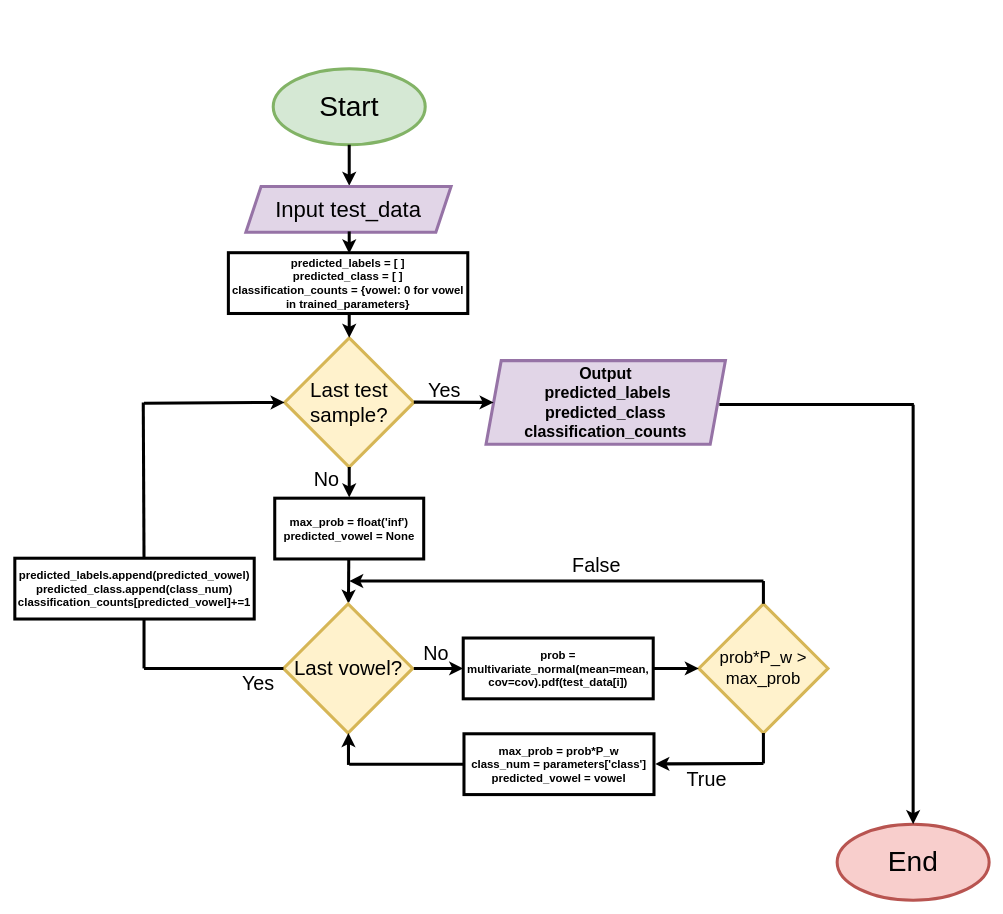
This is Rapport mappe/Vowels_flowchart.drawio from KristianHaaland/Estimering-Prosjekt, a draw.io file, before an edit. Source tidied: cells renumbered, new cells numbered last; positions are measured from the earlier drawing's top-left corner, leaving out a move shared by most shapes. Both pictures are drawn from the tidied source at 76%, with x=0, y=0 at pixel (14, 68).
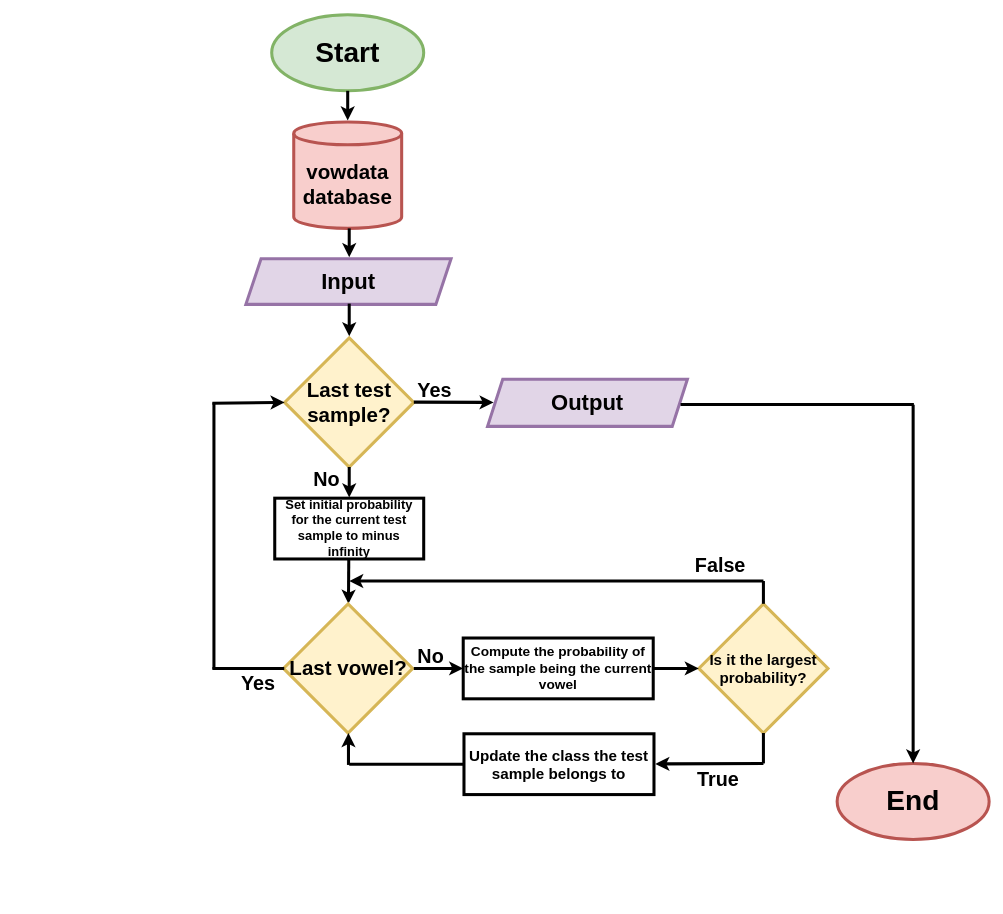
The same page after the edit.

Change to the diagram source:
```diff
@@
-    <mxCell id="2" value="&lt;font style=&quot;font-size: 37px;&quot;&gt;Start&lt;/font&gt;" style="ellipse;whiteSpace=wrap;html=1;fillColor=#d5e8d4;strokeColor=#82b366;strokeWidth=4;" parent="1" vertex="1">
-      <mxGeometry x="340" width="200" height="100" as="geometry" />
+    <mxCell id="2" value="&lt;font style=&quot;font-size: 37px;&quot;&gt;Start&lt;/font&gt;" style="ellipse;whiteSpace=wrap;html=1;fillColor=#d5e8d4;strokeColor=#82b366;strokeWidth=4;fontStyle=1;" parent="1" vertex="1">
+      <mxGeometry x="338" y="-71" width="200" height="100" as="geometry" />
     </mxCell>
-    <mxCell id="3" style="endArrow=classic;html=1;rounded=0;strokeWidth=4;exitX=0.5;exitY=1;exitDx=0;exitDy=0;" parent="1" edge="1" source="2">
+    <mxCell id="3" style="endArrow=classic;html=1;rounded=0;strokeWidth=4;exitX=0.5;exitY=1;exitDx=0;exitDy=0;fontStyle=1;" parent="1" edge="1" source="2">
       <mxGeometry relative="1" as="geometry">
-        <mxPoint x="440" y="154" as="targetPoint" />
+        <mxPoint x="438" y="68" as="targetPoint" />
       </mxGeometry>
     </mxCell>
-    <mxCell id="4" value="&lt;font style=&quot;font-size: 27px;&quot;&gt;Last test sample?&lt;/font&gt;" style="rhombus;whiteSpace=wrap;html=1;fillColor=#fff2cc;strokeColor=#d6b656;strokeWidth=4;" parent="1" vertex="1">
+    <mxCell id="4" value="&lt;font style=&quot;font-size: 27px;&quot;&gt;Last test sample?&lt;/font&gt;" style="rhombus;whiteSpace=wrap;html=1;fillColor=#fff2cc;strokeColor=#d6b656;strokeWidth=4;fontStyle=1;" parent="1" vertex="1">
       <mxGeometry x="355" y="354" width="170" height="170" as="geometry" />
     </mxCell>
-    <mxCell id="5" value="&lt;font style=&quot;font-size: 37px;&quot;&gt;End&lt;/font&gt;" style="ellipse;whiteSpace=wrap;html=1;fillColor=#f8cecc;strokeColor=#b85450;strokeWidth=4;" parent="1" vertex="1">
-      <mxGeometry x="1082" y="994" width="200" height="100" as="geometry" />
+    <mxCell id="5" value="&lt;font style=&quot;font-size: 37px;&quot;&gt;End&lt;/font&gt;" style="ellipse;whiteSpace=wrap;html=1;fillColor=#f8cecc;strokeColor=#b85450;strokeWidth=4;fontStyle=1;" parent="1" vertex="1">
+      <mxGeometry x="1082" y="914" width="200" height="100" as="geometry" />
     </mxCell>
-    <mxCell id="6" style="endArrow=classic;html=1;rounded=0;exitX=0.5;exitY=1;exitDx=0;exitDy=0;strokeWidth=4;" parent="1" edge="1">
+    <mxCell id="6" style="endArrow=classic;html=1;rounded=0;exitX=0.5;exitY=1;exitDx=0;exitDy=0;strokeWidth=4;fontStyle=1;" parent="1" edge="1">
       <mxGeometry relative="1" as="geometry">
         <mxPoint x="439.4" y="646" as="sourcePoint" />
         <mxPoint x="439" y="704" as="targetPoint" />
       </mxGeometry>
     </mxCell>
-    <mxCell id="7" value="&lt;font style=&quot;font-size: 26px;&quot;&gt;No&lt;/font&gt;" style="text;html=1;align=center;verticalAlign=middle;strokeColor=none;fillColor=none;strokeWidth=4;" parent="1" vertex="1">
+    <mxCell id="7" value="&lt;font style=&quot;font-size: 26px;&quot;&gt;No&lt;/font&gt;" style="text;html=1;align=center;verticalAlign=middle;strokeColor=none;fillColor=none;strokeWidth=4;fontStyle=1;" parent="1" vertex="1">
       <mxGeometry x="380" y="520" width="60" height="40" as="geometry" />
     </mxCell>
-    <mxCell id="8" value="&lt;font style=&quot;font-size: 27px;&quot;&gt;Last vowel?&lt;/font&gt;" style="rhombus;whiteSpace=wrap;html=1;fillColor=#fff2cc;strokeColor=#d6b656;strokeWidth=4;" parent="1" vertex="1">
+    <mxCell id="8" value="&lt;font style=&quot;font-size: 27px;&quot;&gt;Last vowel?&lt;/font&gt;" style="rhombus;whiteSpace=wrap;html=1;fillColor=#fff2cc;strokeColor=#d6b656;strokeWidth=4;fontStyle=1;" parent="1" vertex="1">
       <mxGeometry x="353.5" y="704" width="170" height="170" as="geometry" />
     </mxCell>
-    <mxCell id="9" style="endArrow=classic;html=1;rounded=0;exitX=1;exitY=0.5;exitDx=0;exitDy=0;strokeWidth=4;" parent="1" edge="1">
+    <mxCell id="9" style="endArrow=classic;html=1;rounded=0;exitX=1;exitY=0.5;exitDx=0;exitDy=0;strokeWidth=4;fontStyle=1;" parent="1" edge="1">
       <mxGeometry relative="1" as="geometry">
         <mxPoint x="525" y="789" as="sourcePoint" />
         <mxPoint x="590" y="789" as="targetPoint" />
       </mxGeometry>
     </mxCell>
-    <mxCell id="10" value="&lt;font style=&quot;font-size: 26px;&quot;&gt;No&lt;/font&gt;" style="text;html=1;align=center;verticalAlign=middle;strokeColor=none;fillColor=none;strokeWidth=4;" parent="1" vertex="1">
-      <mxGeometry x="523.5" y="749" width="60" height="40" as="geometry" />
+    <mxCell id="10" value="&lt;font style=&quot;font-size: 26px;&quot;&gt;No&lt;/font&gt;" style="text;html=1;align=center;verticalAlign=middle;strokeColor=none;fillColor=none;strokeWidth=4;fontStyle=1;" parent="1" vertex="1">
+      <mxGeometry x="516.5" y="753" width="60" height="40" as="geometry" />
     </mxCell>
-    <mxCell id="11" style="endArrow=classic;html=1;rounded=0;entryX=0;entryY=0.5;entryDx=0;entryDy=0;strokeWidth=4;" parent="1" edge="1" target="4">
+    <mxCell id="11" style="endArrow=classic;html=1;rounded=0;entryX=0;entryY=0.5;entryDx=0;entryDy=0;strokeWidth=4;fontStyle=1;" parent="1" edge="1" target="4">
       <mxGeometry relative="1" as="geometry">
-        <mxPoint x="170" y="440" as="sourcePoint" />
+        <mxPoint x="260" y="440" as="sourcePoint" />
       </mxGeometry>
     </mxCell>
-    <mxCell id="12" style="endArrow=none;html=1;rounded=0;strokeWidth=4;" parent="1" edge="1">
-      <mxGeometry relative="1" as="geometry">
-        <mxPoint x="170" y="789" as="sourcePoint" />
-        <mxPoint x="170" y="718" as="targetPoint" />
-      </mxGeometry>
-    </mxCell>
-    <mxCell id="13" style="endArrow=none;html=1;rounded=0;entryX=0;entryY=0.5;entryDx=0;entryDy=0;strokeWidth=4;" parent="1" edge="1" target="8">
+    <mxCell id="13" style="endArrow=none;html=1;rounded=0;entryX=0;entryY=0.5;entryDx=0;entryDy=0;strokeWidth=4;fontStyle=1;" parent="1" edge="1">
       <mxGeometry relative="1" as="geometry">
-        <mxPoint x="170" y="789" as="sourcePoint" />
+        <mxPoint x="260" y="789" as="sourcePoint" />
+        <mxPoint x="354.5" y="789" as="targetPoint" />
       </mxGeometry>
     </mxCell>
-    <mxCell id="14" value="&lt;font style=&quot;font-size: 26px;&quot;&gt;Yes&lt;/font&gt;" style="text;html=1;align=center;verticalAlign=middle;strokeColor=none;fillColor=none;strokeWidth=4;" parent="1" vertex="1">
+    <mxCell id="14" value="&lt;font style=&quot;font-size: 26px;&quot;&gt;Yes&lt;/font&gt;" style="text;html=1;align=center;verticalAlign=middle;strokeColor=none;fillColor=none;strokeWidth=4;fontStyle=1;" parent="1" vertex="1">
       <mxGeometry x="285" y="789" width="70" height="40" as="geometry" />
     </mxCell>
-    <mxCell id="15" value="&lt;b&gt;&lt;font style=&quot;font-size: 15px;&quot;&gt;prob = multivariate_normal(mean=mean, cov=cov).pdf(test_data[i])&lt;/font&gt;&lt;/b&gt;" style="rounded=0;whiteSpace=wrap;html=1;strokeWidth=4;" parent="1" vertex="1">
+    <mxCell id="15" value="&lt;span style=&quot;font-size: 18px;&quot;&gt;&lt;font style=&quot;font-size: 18px;&quot;&gt;Compute the probability of the sample being the current vowel&lt;/font&gt;&lt;/span&gt;" style="rounded=0;whiteSpace=wrap;html=1;strokeWidth=4;fontSize=18;fontStyle=1;" parent="1" vertex="1">
       <mxGeometry x="590" y="749" width="250" height="80" as="geometry" />
     </mxCell>
-    <mxCell id="16" value="&lt;font style=&quot;font-size: 22px;&quot;&gt;prob*P_w &amp;gt; max_prob&lt;/font&gt;" style="rhombus;whiteSpace=wrap;html=1;fillColor=#fff2cc;strokeColor=#d6b656;strokeWidth=4;" parent="1" vertex="1">
+    <mxCell id="16" value="&lt;font style=&quot;font-size: 20px;&quot;&gt;Is it the largest probability?&lt;/font&gt;" style="rhombus;whiteSpace=wrap;html=1;fillColor=#fff2cc;strokeColor=#d6b656;strokeWidth=4;fontSize=20;fontStyle=1;" parent="1" vertex="1">
       <mxGeometry x="900" y="704" width="170" height="170" as="geometry" />
     </mxCell>
-    <mxCell id="17" style="endArrow=classic;html=1;rounded=0;exitX=1;exitY=0.5;exitDx=0;exitDy=0;strokeWidth=4;" parent="1" edge="1">
+    <mxCell id="17" style="endArrow=classic;html=1;rounded=0;exitX=1;exitY=0.5;exitDx=0;exitDy=0;strokeWidth=4;fontStyle=1;" parent="1" edge="1">
       <mxGeometry relative="1" as="geometry">
         <mxPoint x="840" y="789" as="sourcePoint" />
         <mxPoint x="900" y="789" as="targetPoint" />
       </mxGeometry>
     </mxCell>
-    <mxCell id="18" style="endArrow=classic;html=1;rounded=0;strokeWidth=4;" parent="1" edge="1">
+    <mxCell id="18" style="endArrow=classic;html=1;rounded=0;strokeWidth=4;fontStyle=1;" parent="1" edge="1">
       <mxGeometry relative="1" as="geometry">
         <mxPoint x="985" y="674" as="sourcePoint" />
         <mxPoint x="440" y="674" as="targetPoint" />
       </mxGeometry>
     </mxCell>
-    <mxCell id="19" style="endArrow=none;html=1;rounded=0;entryX=0.5;entryY=0;entryDx=0;entryDy=0;strokeWidth=4;" parent="1" edge="1" target="16">
+    <mxCell id="19" style="endArrow=none;html=1;rounded=0;entryX=0.5;entryY=0;entryDx=0;entryDy=0;strokeWidth=4;fontStyle=1;" parent="1" edge="1" target="16">
       <mxGeometry relative="1" as="geometry">
         <mxPoint x="985" y="674" as="sourcePoint" />
       </mxGeometry>
     </mxCell>
-    <mxCell id="20" value="&lt;font style=&quot;font-size: 26px;&quot;&gt;False&lt;/font&gt;" style="text;html=1;align=center;verticalAlign=middle;strokeColor=none;fillColor=none;strokeWidth=4;" parent="1" vertex="1">
-      <mxGeometry x="720" y="634" width="90" height="40" as="geometry" />
+    <mxCell id="20" value="&lt;font style=&quot;font-size: 26px;&quot;&gt;False&lt;/font&gt;" style="text;html=1;align=center;verticalAlign=middle;strokeColor=none;fillColor=none;strokeWidth=4;fontStyle=1;" parent="1" vertex="1">
+      <mxGeometry x="883" y="634" width="90" height="40" as="geometry" />
     </mxCell>
-    <mxCell id="21" value="&lt;b&gt;&lt;font style=&quot;font-size: 15px;&quot;&gt;max_prob = prob*P_w&lt;/font&gt;&lt;/b&gt;&lt;div&gt;&lt;b&gt;&lt;font style=&quot;font-size: 15px;&quot;&gt;class_num = parameters['class']&lt;/font&gt;&lt;/b&gt;&lt;/div&gt;&lt;div&gt;&lt;b&gt;&lt;font style=&quot;font-size: 15px;&quot;&gt;predicted_vowel = vowel&lt;/font&gt;&lt;/b&gt;&lt;/div&gt;" style="rounded=0;whiteSpace=wrap;html=1;strokeWidth=4;" parent="1" vertex="1">
+    <mxCell id="21" value="&lt;span style=&quot;font-size: 20px;&quot;&gt;&lt;span style=&quot;font-size: 20px;&quot;&gt;Update the class the test sample belongs to&lt;/span&gt;&lt;/span&gt;" style="rounded=0;whiteSpace=wrap;html=1;strokeWidth=4;fontSize=20;fontStyle=1;" parent="1" vertex="1">
       <mxGeometry x="591" y="875" width="250" height="80" as="geometry" />
     </mxCell>
-    <mxCell id="22" style="endArrow=classic;html=1;rounded=0;entryX=1.007;entryY=0.496;entryDx=0;entryDy=0;strokeWidth=4;entryPerimeter=0;" parent="1" edge="1" target="21">
+    <mxCell id="22" style="endArrow=classic;html=1;rounded=0;entryX=1.007;entryY=0.496;entryDx=0;entryDy=0;strokeWidth=4;entryPerimeter=0;fontStyle=1;" parent="1" edge="1" target="21">
       <mxGeometry relative="1" as="geometry">
         <mxPoint x="985" y="914" as="sourcePoint" />
       </mxGeometry>
     </mxCell>
-    <mxCell id="23" style="endArrow=none;html=1;rounded=0;entryX=0.5;entryY=1;entryDx=0;entryDy=0;strokeWidth=4;" parent="1" edge="1" target="16">
+    <mxCell id="23" style="endArrow=none;html=1;rounded=0;entryX=0.5;entryY=1;entryDx=0;entryDy=0;strokeWidth=4;fontStyle=1;" parent="1" edge="1" target="16">
       <mxGeometry relative="1" as="geometry">
         <mxPoint x="985" y="914" as="sourcePoint" />
       </mxGeometry>
     </mxCell>
-    <mxCell id="24" style="endArrow=classic;html=1;rounded=0;strokeWidth=4;" parent="1" edge="1">
+    <mxCell id="24" style="endArrow=classic;html=1;rounded=0;strokeWidth=4;fontStyle=1;" parent="1" edge="1">
       <mxGeometry relative="1" as="geometry">
         <mxPoint x="439" y="916" as="sourcePoint" />
         <mxPoint x="439" y="874" as="targetPoint" />
       </mxGeometry>
     </mxCell>
-    <mxCell id="25" style="endArrow=none;html=1;rounded=0;entryX=0;entryY=0.5;entryDx=0;entryDy=0;strokeWidth=4;" parent="1" edge="1" target="21">
+    <mxCell id="25" style="endArrow=none;html=1;rounded=0;entryX=0;entryY=0.5;entryDx=0;entryDy=0;strokeWidth=4;fontStyle=1;" parent="1" edge="1" target="21">
       <mxGeometry relative="1" as="geometry">
         <mxPoint x="440" y="915" as="sourcePoint" />
       </mxGeometry>
     </mxCell>
-    <mxCell id="26" style="endArrow=classic;html=1;rounded=0;strokeWidth=4;entryX=0.5;entryY=0;entryDx=0;entryDy=0;" parent="1" edge="1" target="5">
+    <mxCell id="26" style="endArrow=classic;html=1;rounded=0;strokeWidth=4;entryX=0.5;entryY=0;entryDx=0;entryDy=0;fontStyle=1;" parent="1" edge="1" target="5">
       <mxGeometry relative="1" as="geometry">
         <mxPoint x="1182" y="442" as="sourcePoint" />
       </mxGeometry>
     </mxCell>
-    <mxCell id="27" value="&lt;font style=&quot;font-size: 26px;&quot;&gt;Yes&lt;/font&gt;" style="text;html=1;align=center;verticalAlign=middle;strokeColor=none;fillColor=none;strokeWidth=4;" parent="1" vertex="1">
-      <mxGeometry x="530" y="404" width="70" height="40" as="geometry" />
+    <mxCell id="27" value="&lt;font style=&quot;font-size: 26px;&quot;&gt;Yes&lt;/font&gt;" style="text;html=1;align=center;verticalAlign=middle;strokeColor=none;fillColor=none;strokeWidth=4;fontStyle=1;" parent="1" vertex="1">
+      <mxGeometry x="517" y="404" width="70" height="40" as="geometry" />
     </mxCell>
-    <mxCell id="28" value="&lt;font style=&quot;font-size: 26px;&quot;&gt;True&lt;/font&gt;" style="text;html=1;align=center;verticalAlign=middle;strokeColor=none;fillColor=none;strokeWidth=4;" parent="1" vertex="1">
-      <mxGeometry x="870" y="915" width="80" height="40" as="geometry" />
+    <mxCell id="28" value="&lt;font style=&quot;font-size: 26px;&quot;&gt;True&lt;/font&gt;" style="text;html=1;align=center;verticalAlign=middle;strokeColor=none;fillColor=none;strokeWidth=4;fontStyle=1;" parent="1" vertex="1">
+      <mxGeometry x="885" y="915" width="80" height="40" as="geometry" />
     </mxCell>
-    <mxCell id="29" value="&lt;span style=&quot;font-size: 15px;&quot;&gt;&lt;b&gt;predicted_labels.append(predicted_vowel)&lt;/b&gt;&lt;/span&gt;&lt;div&gt;&lt;span style=&quot;font-size: 15px;&quot;&gt;&lt;b&gt;predicted_class.append(class_num)&lt;/b&gt;&lt;/span&gt;&lt;/div&gt;&lt;div&gt;&lt;span style=&quot;font-size: 15px;&quot;&gt;&lt;b&gt;classification_counts[predicted_vowel]+=1&lt;/b&gt;&lt;/span&gt;&lt;/div&gt;" style="rounded=0;whiteSpace=wrap;html=1;strokeWidth=4;" parent="1" vertex="1">
-      <mxGeometry y="644" width="315" height="80" as="geometry" />
-    </mxCell>
-    <mxCell id="30" style="endArrow=none;html=1;rounded=0;strokeWidth=4;" parent="1" edge="1">
+    <mxCell id="30" style="endArrow=none;html=1;rounded=0;strokeWidth=4;fontStyle=1;" parent="1" edge="1">
       <mxGeometry relative="1" as="geometry">
-        <mxPoint x="170" y="644" as="sourcePoint" />
-        <mxPoint x="169" y="439" as="targetPoint" />
+        <mxPoint x="262" y="790" as="sourcePoint" />
+        <mxPoint x="262" y="439" as="targetPoint" />
       </mxGeometry>
     </mxCell>
-    <mxCell id="31" value="&lt;span style=&quot;font-size: 15px;&quot;&gt;&lt;b&gt;predicted_labels = [ ]&lt;/b&gt;&lt;/span&gt;&lt;div&gt;&lt;span style=&quot;font-size: 15px;&quot;&gt;&lt;b&gt;predicted_class = [ ]&lt;/b&gt;&lt;/span&gt;&lt;/div&gt;&lt;div&gt;&lt;span style=&quot;font-size: 15px;&quot;&gt;&lt;b&gt;classification_counts = {vowel: 0 for vowel in trained_parameters}&lt;/b&gt;&lt;/span&gt;&lt;/div&gt;" style="rounded=0;whiteSpace=wrap;html=1;strokeWidth=4;" parent="1" vertex="1">
-      <mxGeometry x="281" y="242" width="315" height="80" as="geometry" />
-    </mxCell>
-    <mxCell id="32" style="endArrow=classic;html=1;rounded=0;exitX=0.5;exitY=1;exitDx=0;exitDy=0;strokeWidth=4;entryX=0.5;entryY=0;entryDx=0;entryDy=0;" parent="1" edge="1" target="4">
-      <mxGeometry relative="1" as="geometry">
-        <mxPoint x="440" y="322" as="sourcePoint" />
-      </mxGeometry>
-    </mxCell>
-    <mxCell id="33" value="&lt;span style=&quot;font-size: 15px;&quot;&gt;&lt;b&gt;max_prob = float('inf')&lt;/b&gt;&lt;/span&gt;&lt;div&gt;&lt;span style=&quot;font-size: 15px;&quot;&gt;&lt;b&gt;predicted_vowel = None&lt;/b&gt;&lt;/span&gt;&lt;/div&gt;" style="rounded=0;whiteSpace=wrap;html=1;strokeWidth=4;" parent="1" vertex="1">
+    <mxCell id="33" value="Set initial probability for the current test sample to minus infinity" style="rounded=0;whiteSpace=wrap;html=1;strokeWidth=4;fontSize=17;fontStyle=1;" parent="1" vertex="1">
       <mxGeometry x="342" y="565" width="196" height="80" as="geometry" />
     </mxCell>
-    <mxCell id="34" style="endArrow=classic;html=1;rounded=0;exitX=0.5;exitY=1;exitDx=0;exitDy=0;strokeWidth=4;" parent="1" edge="1">
+    <mxCell id="34" style="endArrow=classic;html=1;rounded=0;exitX=0.5;exitY=1;exitDx=0;exitDy=0;strokeWidth=4;fontStyle=1;" parent="1" edge="1">
       <mxGeometry relative="1" as="geometry">
         <mxPoint x="440" y="524" as="sourcePoint" />
         <mxPoint x="440" y="564" as="targetPoint" />
       </mxGeometry>
     </mxCell>
-    <mxCell id="35" value="&lt;font style=&quot;font-size: 29px;&quot;&gt;Input test_data&lt;/font&gt;" style="shape=parallelogram;perimeter=parallelogramPerimeter;whiteSpace=wrap;html=1;fixedSize=1;strokeWidth=4;fillColor=#e1d5e7;strokeColor=#9673a6;" parent="1" vertex="1">
-      <mxGeometry x="304" y="155" width="270" height="60" as="geometry" />
+    <mxCell id="35" value="&lt;font style=&quot;font-size: 29px;&quot;&gt;Input&lt;/font&gt;" style="shape=parallelogram;perimeter=parallelogramPerimeter;whiteSpace=wrap;html=1;fixedSize=1;strokeWidth=4;fillColor=#e1d5e7;strokeColor=#9673a6;fontStyle=1;" parent="1" vertex="1">
+      <mxGeometry x="304" y="250" width="270" height="60" as="geometry" />
     </mxCell>
-    <mxCell id="36" style="endArrow=classic;html=1;rounded=0;strokeWidth=4;exitX=0.5;exitY=1;exitDx=0;exitDy=0;" parent="1" edge="1">
+    <mxCell id="36" style="endArrow=classic;html=1;rounded=0;strokeWidth=4;exitX=0.5;exitY=1;exitDx=0;exitDy=0;fontStyle=1;" parent="1" edge="1">
       <mxGeometry relative="1" as="geometry">
-        <mxPoint x="440" y="214" as="sourcePoint" />
-        <mxPoint x="440" y="243" as="targetPoint" />
+        <mxPoint x="440" y="309" as="sourcePoint" />
+        <mxPoint x="440" y="352" as="targetPoint" />
       </mxGeometry>
     </mxCell>
-    <mxCell id="37" value="&lt;font style=&quot;font-size: 21px;&quot;&gt;&lt;b&gt;Output&lt;/b&gt;&lt;/font&gt;&lt;div style=&quot;font-size: 21px;&quot;&gt;&lt;font style=&quot;font-size: 21px;&quot;&gt;&lt;b&gt;&amp;nbsp;predicted_labels&lt;/b&gt;&lt;/font&gt;&lt;/div&gt;&lt;div style=&quot;font-size: 21px;&quot;&gt;&lt;font style=&quot;font-size: 21px;&quot;&gt;&lt;b&gt;predicted_class&lt;/b&gt;&lt;/font&gt;&lt;/div&gt;&lt;div style=&quot;font-size: 21px;&quot;&gt;&lt;font style=&quot;font-size: 21px;&quot;&gt;&lt;b&gt;classification_counts&lt;/b&gt;&lt;/font&gt;&lt;/div&gt;" style="shape=parallelogram;perimeter=parallelogramPerimeter;whiteSpace=wrap;html=1;fixedSize=1;strokeWidth=4;fillColor=#e1d5e7;strokeColor=#9673a6;" parent="1" vertex="1">
-      <mxGeometry x="620" y="384" width="315" height="110" as="geometry" />
+    <mxCell id="37" value="&lt;span style=&quot;&quot;&gt;&lt;font style=&quot;font-size: 29px;&quot;&gt;Output&lt;/font&gt;&lt;/span&gt;" style="shape=parallelogram;perimeter=parallelogramPerimeter;whiteSpace=wrap;html=1;fixedSize=1;strokeWidth=4;fillColor=#e1d5e7;strokeColor=#9673a6;fontStyle=1;" parent="1" vertex="1">
+      <mxGeometry x="622" y="408.5" width="263" height="62" as="geometry" />
     </mxCell>
-    <mxCell id="38" style="endArrow=none;html=1;rounded=0;strokeWidth=4;" parent="1" edge="1">
+    <mxCell id="38" style="endArrow=none;html=1;rounded=0;strokeWidth=4;fontStyle=1;" parent="1" edge="1">
       <mxGeometry relative="1" as="geometry">
-        <mxPoint x="927" y="441.6" as="sourcePoint" />
+        <mxPoint x="876" y="441.6" as="sourcePoint" />
         <mxPoint x="1183" y="441.6" as="targetPoint" />
       </mxGeometry>
     </mxCell>
-    <mxCell id="39" style="endArrow=classic;html=1;rounded=0;strokeWidth=4;" parent="1" edge="1">
+    <mxCell id="39" style="endArrow=classic;html=1;rounded=0;strokeWidth=4;fontStyle=1;" parent="1" edge="1">
       <mxGeometry relative="1" as="geometry">
         <mxPoint x="525" y="438.6" as="sourcePoint" />
         <mxPoint x="630" y="439" as="targetPoint" />
       </mxGeometry>
     </mxCell>
+    <mxCell id="40" value="&lt;b style=&quot;&quot;&gt;&lt;font style=&quot;font-size: 27px;&quot;&gt;vowdata database&lt;/font&gt;&lt;/b&gt;" style="shape=cylinder3;whiteSpace=wrap;html=1;boundedLbl=1;backgroundOutline=1;size=15;strokeWidth=4;fillColor=#f8cecc;strokeColor=#b85450;fontSize=25;" parent="1" vertex="1">
+      <mxGeometry x="367" y="70" width="142" height="140" as="geometry" />
+    </mxCell>
+    <mxCell id="41" style="endArrow=classic;html=1;rounded=0;strokeWidth=4;exitX=0.5;exitY=1;exitDx=0;exitDy=0;fontStyle=1;" parent="1" edge="1">
+      <mxGeometry relative="1" as="geometry">
+        <mxPoint x="440" y="210" as="sourcePoint" />
+        <mxPoint x="440" y="248" as="targetPoint" />
+      </mxGeometry>
+    </mxCell>
```
